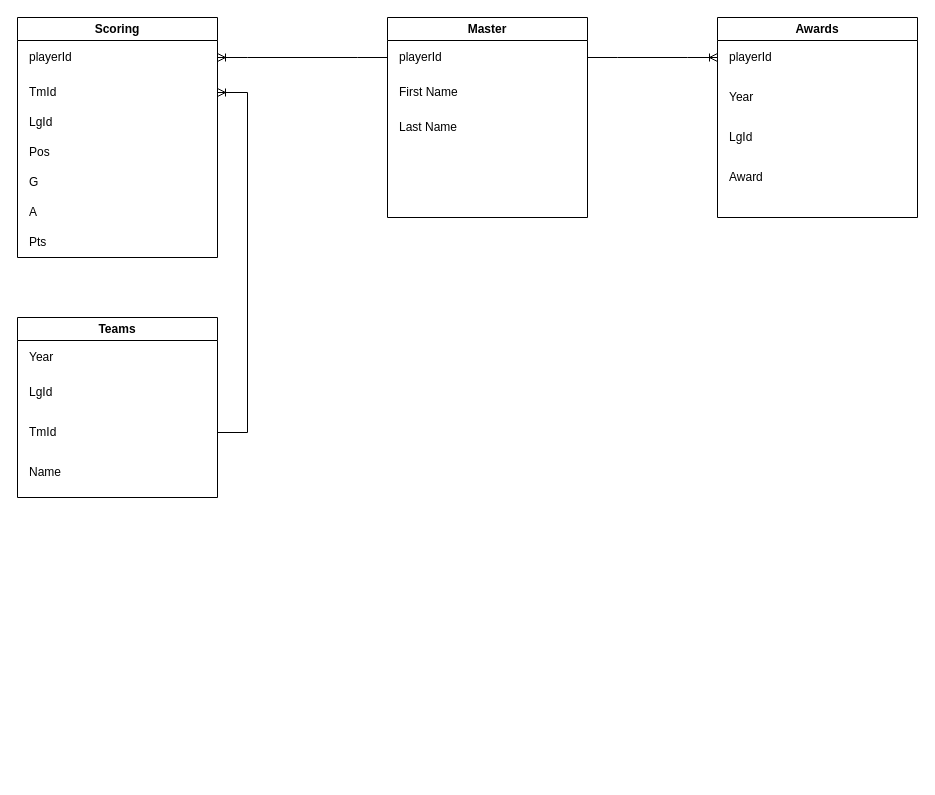
The draw.io diagram Untitled Diagram.drawio in itudb2241/itudb2241, before the edit. Source tidied: cells renumbered, new cells numbered last; positions are measured from the earlier drawing's top-left corner, leaving out a move shared by most shapes. Both pictures are drawn from the tidied source at 100%, with x=0, y=0 at pixel (17, 17).
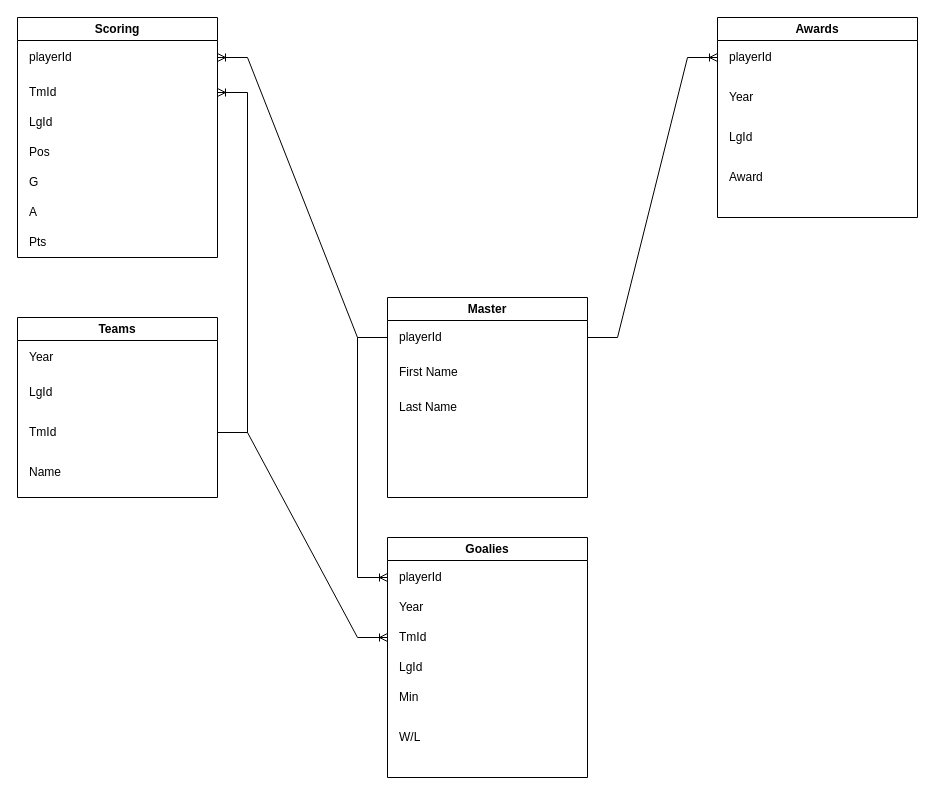
Above is the later version.

Commit message:
Goales-Teams-Master Relationship

Unchanged cells that the change refers to:
```xml
<mxCell id="14" value="TmId" style="text;html=1;strokeColor=none;fillColor=none;align=left;verticalAlign=middle;whiteSpace=wrap;rounded=0;spacingLeft=10;" parent="11" vertex="1">
  <mxGeometry y="95" width="200" height="40" as="geometry" />
</mxCell>
<mxCell id="17" value="playerId" style="text;html=1;strokeColor=none;fillColor=none;align=left;verticalAlign=middle;whiteSpace=wrap;rounded=0;spacingLeft=10;" parent="16" vertex="1">
  <mxGeometry y="20" width="200" height="40" as="geometry" />
</mxCell>
```

What changed in the source:
```diff
@@
     <mxCell id="16" value="Master" style="swimlane;whiteSpace=wrap;html=1;" parent="1" vertex="1">
-      <mxGeometry x="370" width="200" height="200" as="geometry" />
+      <mxGeometry x="370" y="280" width="200" height="200" as="geometry" />
     </mxCell>
@@
+    <mxCell id="27" value="Goalies" style="swimlane;whiteSpace=wrap;html=1;" parent="1" vertex="1">
+      <mxGeometry x="370" y="520" width="200" height="240" as="geometry" />
+    </mxCell>
+    <mxCell id="28" value="playerId" style="text;html=1;strokeColor=none;fillColor=none;align=left;verticalAlign=middle;whiteSpace=wrap;rounded=0;spacingLeft=10;" parent="27" vertex="1">
+      <mxGeometry y="20" width="200" height="40" as="geometry" />
+    </mxCell>
+    <mxCell id="29" value="Year" style="text;html=1;strokeColor=none;fillColor=none;align=left;verticalAlign=middle;whiteSpace=wrap;rounded=0;spacingLeft=10;" parent="27" vertex="1">
+      <mxGeometry y="50" width="200" height="40" as="geometry" />
+    </mxCell>
+    <mxCell id="30" value="TmId" style="text;html=1;strokeColor=none;fillColor=none;align=left;verticalAlign=middle;whiteSpace=wrap;rounded=0;spacingLeft=10;" parent="27" vertex="1">
+      <mxGeometry y="80" width="200" height="40" as="geometry" />
+    </mxCell>
+    <mxCell id="31" value="LgId" style="text;html=1;strokeColor=none;fillColor=none;align=left;verticalAlign=middle;whiteSpace=wrap;rounded=0;spacingLeft=10;" parent="27" vertex="1">
+      <mxGeometry y="110" width="200" height="40" as="geometry" />
+    </mxCell>
+    <mxCell id="32" value="Min" style="text;html=1;strokeColor=none;fillColor=none;align=left;verticalAlign=middle;whiteSpace=wrap;rounded=0;spacingLeft=10;" parent="27" vertex="1">
+      <mxGeometry y="140" width="200" height="40" as="geometry" />
+    </mxCell>
+    <mxCell id="33" value="W/L" style="text;html=1;strokeColor=none;fillColor=none;align=left;verticalAlign=middle;whiteSpace=wrap;rounded=0;spacingLeft=10;" parent="27" vertex="1">
+      <mxGeometry y="180" width="200" height="40" as="geometry" />
+    </mxCell>
+    <mxCell id="34" style="edgeStyle=entityRelationEdgeStyle;fontSize=12;html=1;endArrow=ERoneToMany;rounded=0;entryX=0;entryY=0.5;entryDx=0;entryDy=0;exitX=1;exitY=0.5;exitDx=0;exitDy=0;" parent="1" edge="1" source="14" target="30">
+      <mxGeometry x="-1" y="-199" relative="1" as="geometry">
+        <mxPoint x="-190" y="-139" as="offset" />
+      </mxGeometry>
+    </mxCell>
+    <mxCell id="35" style="edgeStyle=orthogonalEdgeStyle;fontSize=12;html=1;endArrow=ERoneToMany;rounded=0;entryX=0;entryY=0.5;entryDx=0;entryDy=0;exitX=0;exitY=0.5;exitDx=0;exitDy=0;" parent="1" edge="1" source="17" target="28">
+      <mxGeometry x="-1" y="-110" relative="1" as="geometry">
+        <Array as="points">
+          <mxPoint x="340" y="320" />
+          <mxPoint x="340" y="560" />
+        </Array>
+        <mxPoint x="-110" y="-100" as="offset" />
+      </mxGeometry>
+    </mxCell>
```
